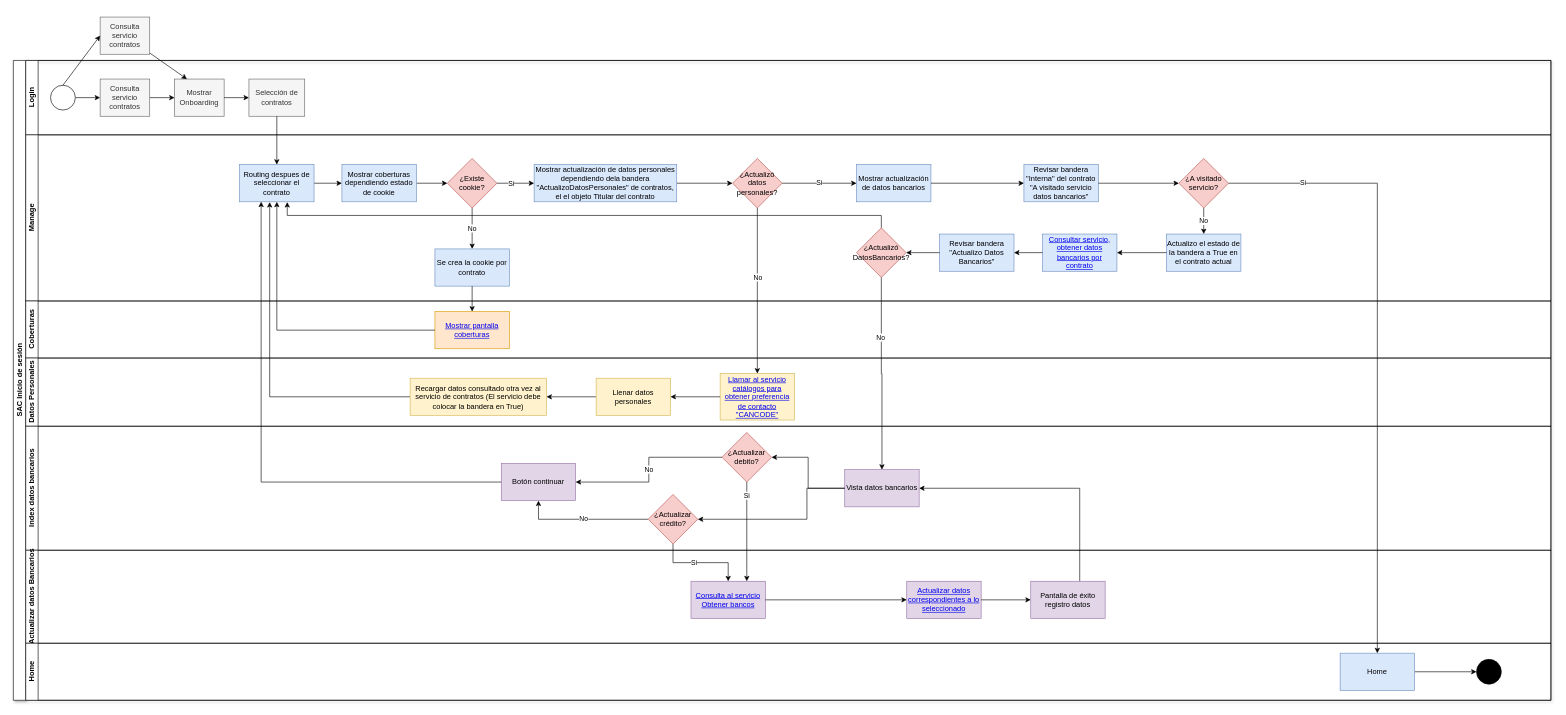
This is Salud SAC Login.drawio from HectorAndradeBayteq/DocsPOC, a draw.io file, before an edit. Source tidied: cells renumbered, new cells numbered last; positions are measured from the earlier drawing's top-left corner, leaving out a move shared by most shapes. Both pictures are drawn from the tidied source at 62%, with x=0, y=0 at pixel (13, 17).
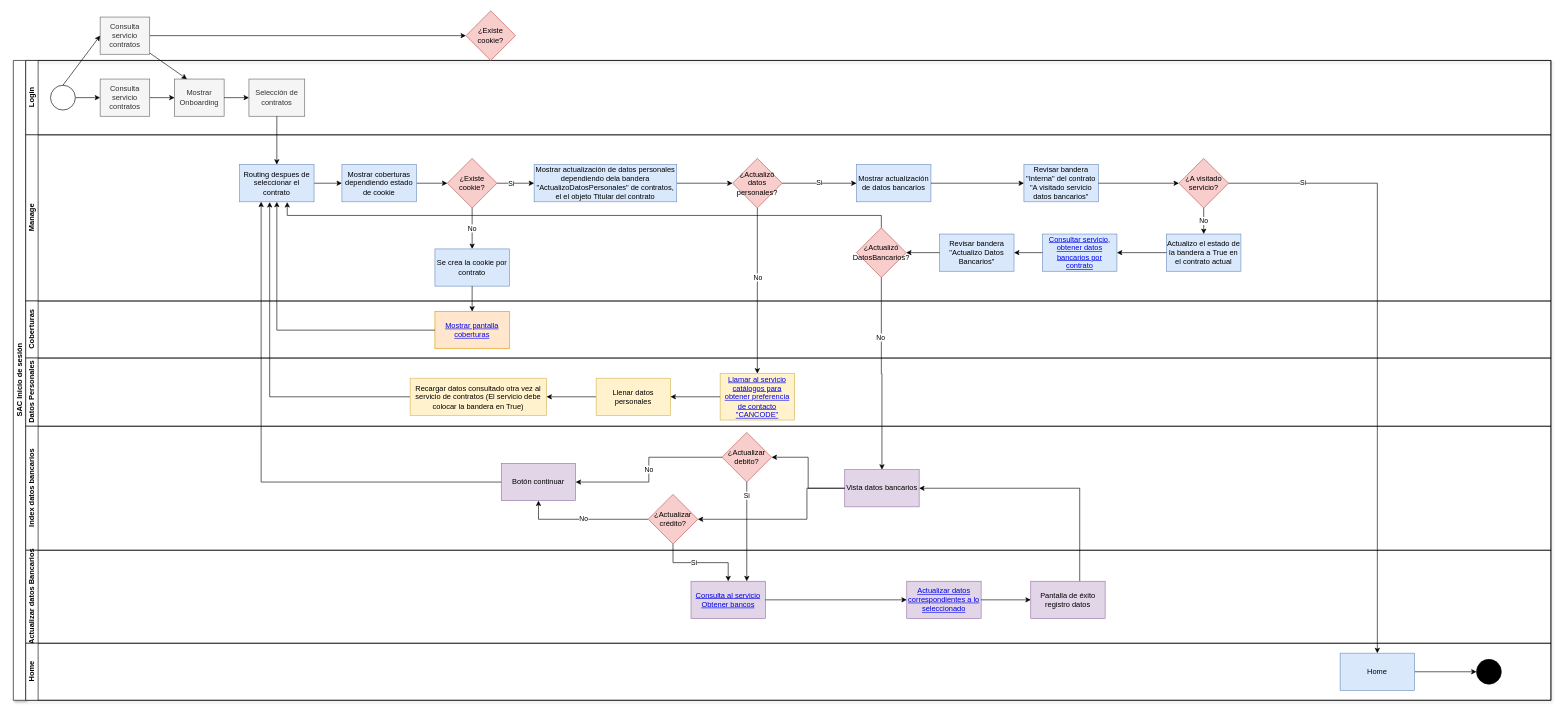
Above is the later version.

Commit message:
JPA - DOCs: Flujo login

Unchanged cells that the change refers to:
```xml
<mxCell id="82" value="Consulta servicio contratos" style="rounded=0;whiteSpace=wrap;html=1;fontFamily=Helvetica;fontSize=12;fontColor=#333333;align=center;fillColor=#f5f5f5;strokeColor=#666666;" parent="1" vertex="1">
  <mxGeometry x="140" width="80" height="60" as="geometry" />
</mxCell>
```

Diff of the diagram source:
```diff
@@
+    <mxCell id="84" style="edgeStyle=none;html=1;" parent="1" edge="1" source="82" target="85">
+      <mxGeometry relative="1" as="geometry" />
+    </mxCell>
@@
+    <mxCell id="85" value="¿Existe cookie?" style="rhombus;whiteSpace=wrap;html=1;rounded=0;fillColor=#f8cecc;strokeColor=#b85450;" parent="1" vertex="1">
+      <mxGeometry x="730" y="-10" width="80" height="80" as="geometry" />
+    </mxCell>
```
